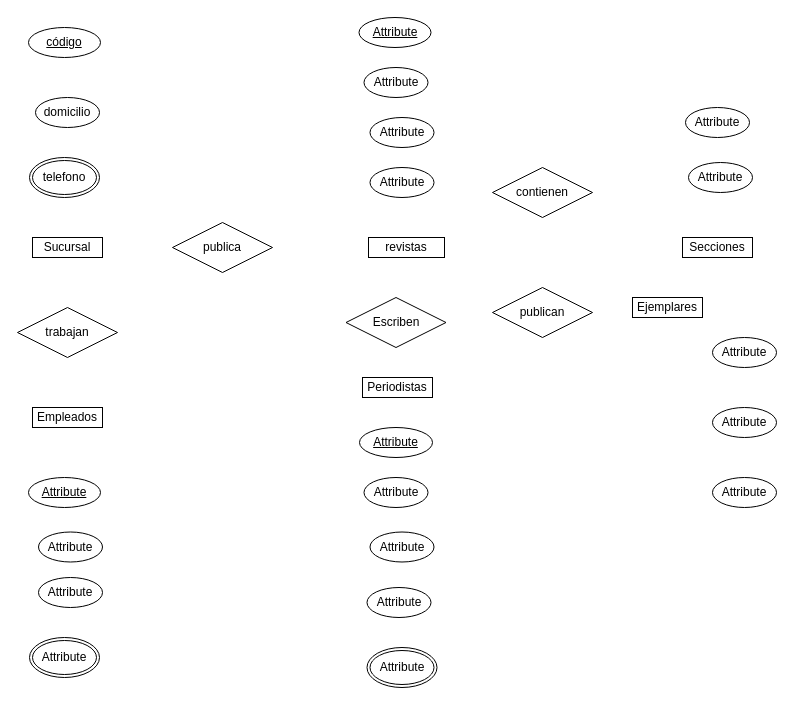
This is practica1/diagrama_formulario_1.drawio from yomeritacode/cursodesarrolloweb, a draw.io file, before an edit. Source tidied: cells renumbered, new cells numbered last; positions are measured from the earlier drawing's top-left corner, leaving out a move shared by most shapes. Both pictures are drawn from the tidied source at 100%, with x=0, y=0 at pixel (17, 17).
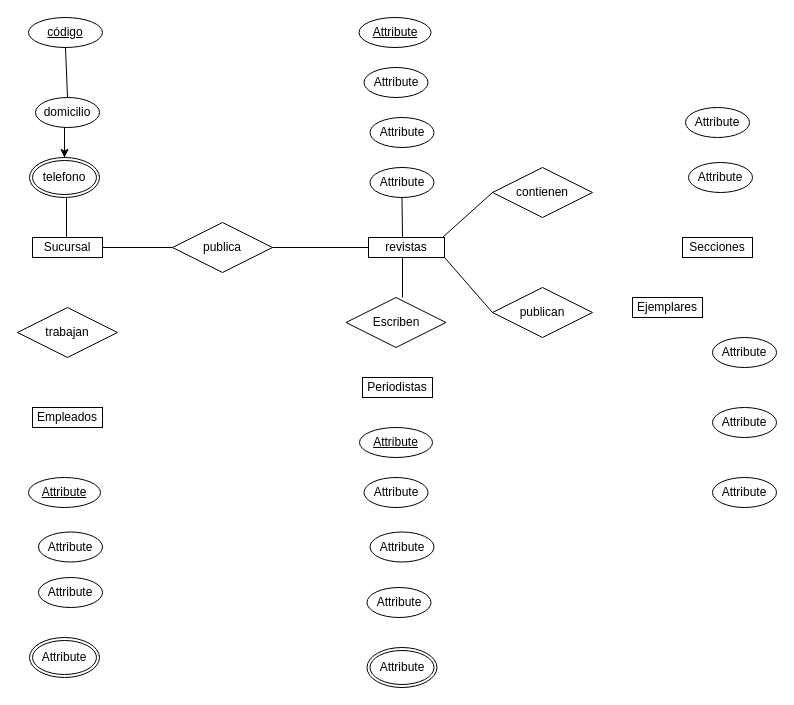
The same diagram, later.

Unchanged cells that the change refers to:
```xml
<mxCell id="2" value="Sucursal" style="whiteSpace=wrap;html=1;align=center;" parent="1" vertex="1">
  <mxGeometry x="15" y="220" width="70" height="20" as="geometry" />
</mxCell>
<mxCell id="3" value="revistas" style="whiteSpace=wrap;html=1;align=center;" parent="1" vertex="1">
  <mxGeometry x="351" y="220" width="76" height="20" as="geometry" />
</mxCell>
<mxCell id="18" value="Attribute" style="ellipse;whiteSpace=wrap;html=1;align=center;" parent="1" vertex="1">
  <mxGeometry x="352.5" y="150" width="64" height="30" as="geometry" />
</mxCell>
<mxCell id="19" value="domicilio" style="ellipse;whiteSpace=wrap;html=1;align=center;" parent="1" vertex="1">
  <mxGeometry x="18" y="80" width="64" height="30" as="geometry" />
</mxCell>
<mxCell id="28" value="telefono" style="ellipse;shape=doubleEllipse;margin=3;whiteSpace=wrap;html=1;align=center;" parent="1" vertex="1">
  <mxGeometry x="12" y="140" width="70" height="40" as="geometry" />
</mxCell>
<mxCell id="29" value="publica" style="shape=rhombus;perimeter=rhombusPerimeter;whiteSpace=wrap;html=1;align=center;" parent="1" vertex="1">
  <mxGeometry x="155" y="205" width="100" height="50" as="geometry" />
</mxCell>
<mxCell id="30" value="contienen" style="shape=rhombus;perimeter=rhombusPerimeter;whiteSpace=wrap;html=1;align=center;" parent="1" vertex="1">
  <mxGeometry x="475" y="150" width="100" height="50" as="geometry" />
</mxCell>
<mxCell id="31" value="publican" style="shape=rhombus;perimeter=rhombusPerimeter;whiteSpace=wrap;html=1;align=center;" parent="1" vertex="1">
  <mxGeometry x="475" y="270" width="100" height="50" as="geometry" />
</mxCell>
```

What changed in the source:
```diff
@@
     <mxCell id="23" value="código" style="ellipse;whiteSpace=wrap;html=1;align=center;fontStyle=4;" parent="1" vertex="1">
-      <mxGeometry x="11" y="10" width="72" height="30" as="geometry" />
+      <mxGeometry x="11" width="74" height="30" as="geometry" />
     </mxCell>
@@
+    <mxCell id="34" style="edgeStyle=orthogonalEdgeStyle;rounded=0;jettySize=auto;html=1;" parent="1" edge="1" source="28">
+      <mxGeometry relative="1" as="geometry">
+        <mxPoint x="47" y="140" as="targetPoint" />
+      </mxGeometry>
+    </mxCell>
@@
+    <mxCell id="35" style="endArrow=none;html=1;rounded=0;entryX=0.5;entryY=1;entryDx=0;entryDy=0;exitX=0.5;exitY=0;exitDx=0;exitDy=0;" parent="1" edge="1" source="19" target="23">
+      <mxGeometry relative="1" as="geometry" />
+    </mxCell>
+    <mxCell id="36" style="endArrow=none;html=1;rounded=0;exitX=0.5;exitY=0;exitDx=0;exitDy=0;" parent="1" edge="1" source="28">
+      <mxGeometry relative="1" as="geometry">
+        <mxPoint x="47" y="110" as="targetPoint" />
+      </mxGeometry>
+    </mxCell>
+    <mxCell id="37" style="endArrow=none;html=1;rounded=0;entryX=0.5;entryY=1;entryDx=0;entryDy=0;" parent="1" edge="1">
+      <mxGeometry relative="1" as="geometry">
+        <mxPoint x="49" y="220" as="sourcePoint" />
+        <mxPoint x="49" y="180" as="targetPoint" />
+      </mxGeometry>
+    </mxCell>
+    <mxCell id="38" style="endArrow=none;html=1;rounded=0;entryX=0;entryY=0.5;entryDx=0;entryDy=0;exitX=1;exitY=0.5;exitDx=0;exitDy=0;" parent="1" edge="1" source="2" target="29">
+      <mxGeometry relative="1" as="geometry" />
+    </mxCell>
+    <mxCell id="39" style="endArrow=none;html=1;rounded=0;entryX=0;entryY=0.5;entryDx=0;entryDy=0;" parent="1" edge="1" target="3">
+      <mxGeometry relative="1" as="geometry">
+        <mxPoint x="255" y="230" as="sourcePoint" />
+      </mxGeometry>
+    </mxCell>
+    <mxCell id="40" style="endArrow=none;html=1;rounded=0;entryX=0;entryY=0.5;entryDx=0;entryDy=0;exitX=0.5;exitY=0;exitDx=0;exitDy=0;" parent="1" edge="1" target="30">
+      <mxGeometry relative="1" as="geometry">
+        <mxPoint x="425" y="220" as="sourcePoint" />
+      </mxGeometry>
+    </mxCell>
+    <mxCell id="41" style="endArrow=none;html=1;rounded=0;exitX=0.5;exitY=0;exitDx=0;exitDy=0;entryX=0.5;entryY=1;entryDx=0;entryDy=0;" parent="1" edge="1" target="18">
+      <mxGeometry relative="1" as="geometry">
+        <mxPoint x="385" y="220" as="sourcePoint" />
+      </mxGeometry>
+    </mxCell>
+    <mxCell id="42" style="endArrow=none;html=1;rounded=0;" parent="1" edge="1">
+      <mxGeometry relative="1" as="geometry">
+        <mxPoint x="385" y="240" as="sourcePoint" />
+        <mxPoint x="385" y="280" as="targetPoint" />
+      </mxGeometry>
+    </mxCell>
+    <mxCell id="43" style="endArrow=none;html=1;rounded=0;entryX=0;entryY=0.5;entryDx=0;entryDy=0;exitX=1;exitY=1;exitDx=0;exitDy=0;" parent="1" edge="1" source="3" target="31">
+      <mxGeometry relative="1" as="geometry" />
+    </mxCell>
```
